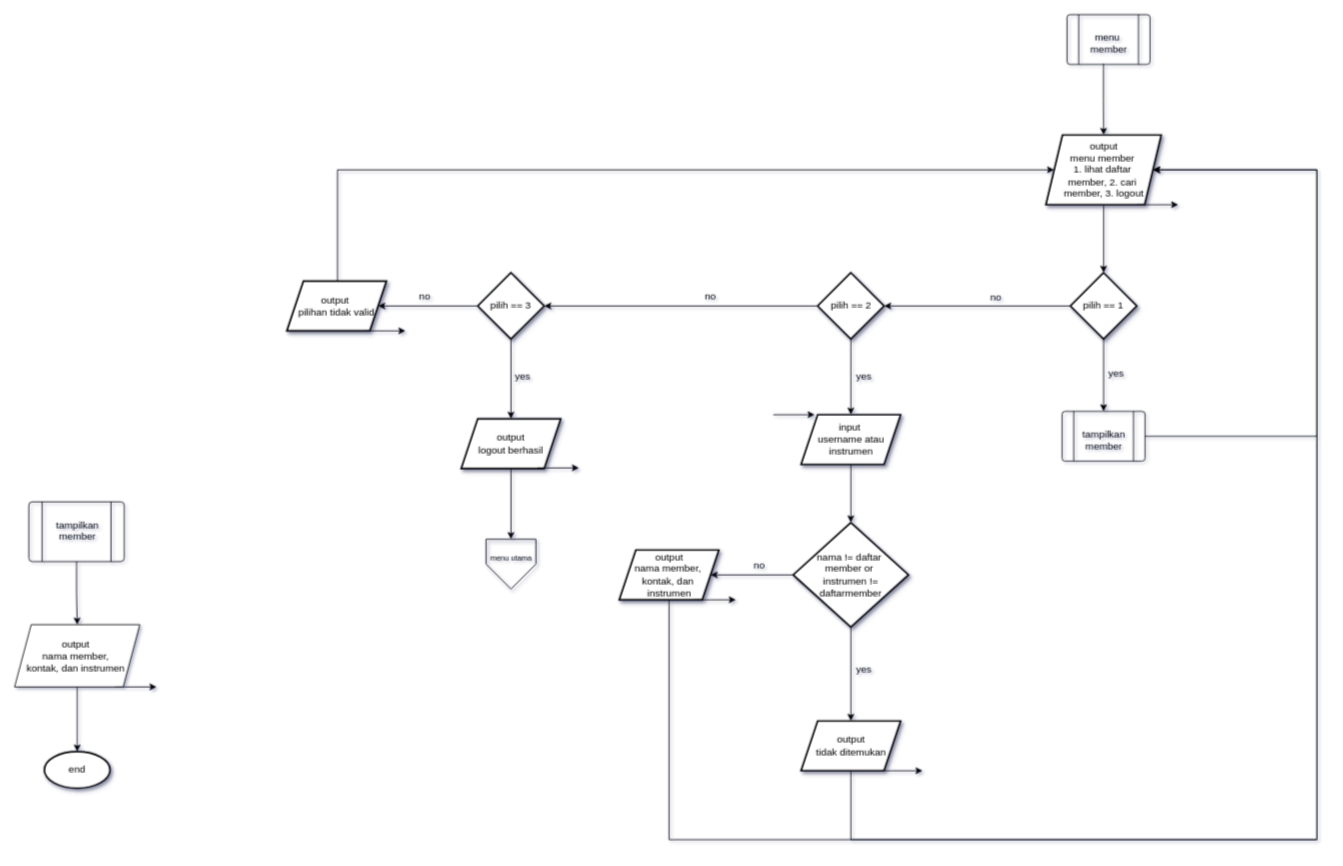
Earlier version of the draw.io diagram page "member" (5 of 5) of Post-test/Post-test-apd-8/2509106078-Annisa-Nur-Raidah-PT-8.drawio (AnnisaNurRaidah/praktikum-apd). Source tidied: cells renumbered, new cells numbered last; positions are measured from the earlier drawing's top-left corner, leaving out a move shared by most shapes. Both pictures are drawn from the tidied source at 83%, with x=0, y=0 at pixel (14, 14).
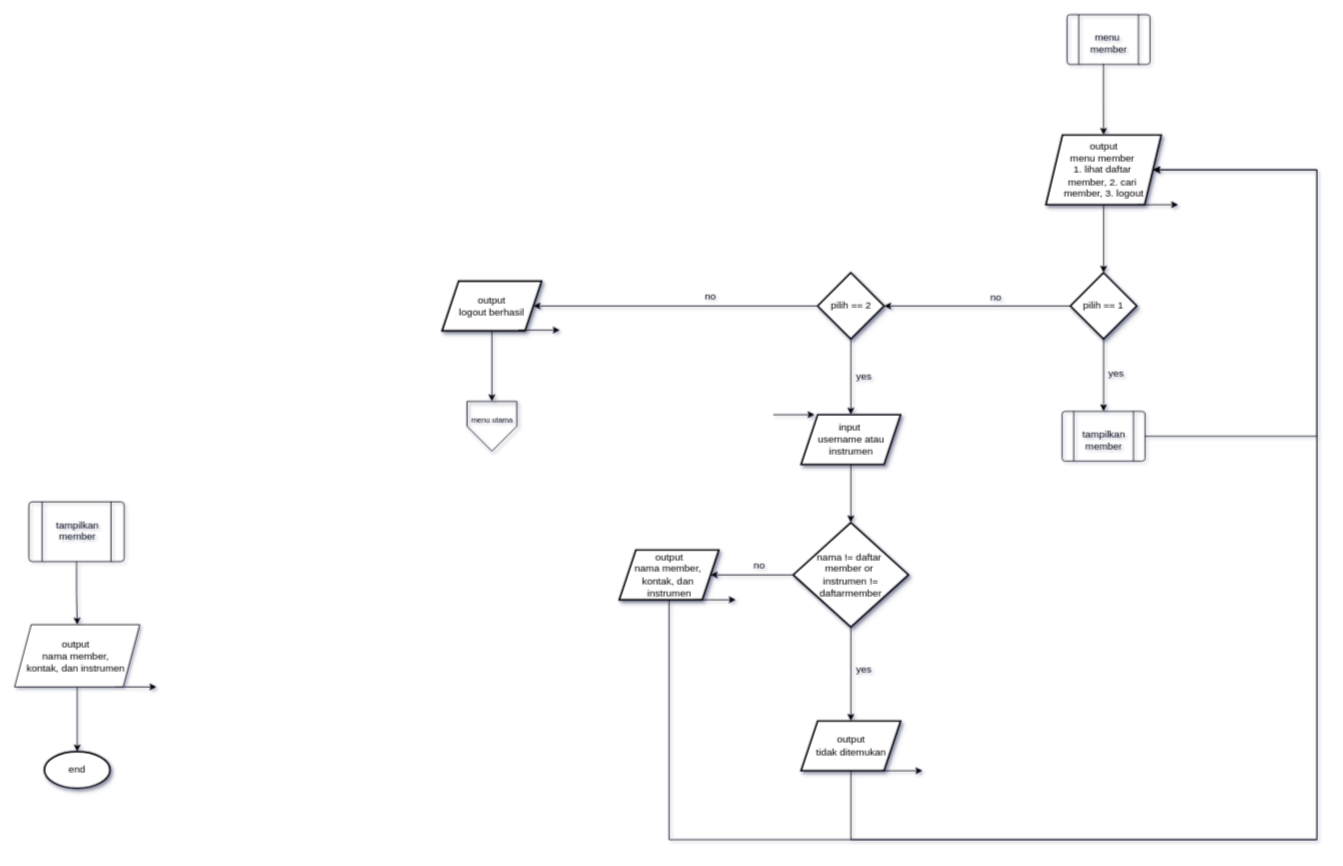
After the change.

Unchanged cells that the change refers to:
```xml
<mxCell id="4" value="output&lt;div&gt;menu member&amp;nbsp;&lt;/div&gt;&lt;div&gt;1. lihat daftar&amp;nbsp;&lt;/div&gt;&lt;div&gt;member, 2. cari&amp;nbsp;&lt;/div&gt;&lt;div&gt;member,&amp;nbsp;&lt;span style=&quot;background-color: transparent;&quot;&gt;3. logout&lt;/span&gt;&lt;/div&gt;" style="shape=parallelogram;perimeter=parallelogramPerimeter;whiteSpace=wrap;html=1;fixedSize=1;fillColor=light-dark(#FFFFFF,#FFFFFF);strokeColor=light-dark(#000000,#000000);fontColor=light-dark(#000000,#000000);strokeWidth=2;shadow=1;" parent="1" vertex="1">
  <mxGeometry x="1242.5" y="145" width="139" height="84" as="geometry" />
</mxCell>
<mxCell id="10" value="pilih == 2" style="rhombus;whiteSpace=wrap;html=1;fillColor=light-dark(#FFFFFF,#FFFFFF);strokeColor=light-dark(#000000,#000000);fontColor=light-dark(#000000,#000000);strokeWidth=2;shadow=1;" parent="1" vertex="1">
  <mxGeometry x="967.5" y="311" width="80" height="80" as="geometry" />
</mxCell>
```

The edit, as a diff of the source:
```diff
@@
-    <mxCell id="9" style="edgeStyle=orthogonalEdgeStyle;shape=connector;rounded=0;jettySize=auto;html=1;exitX=0;exitY=0.5;exitDx=0;exitDy=0;strokeColor=light-dark(#000000,#000000);align=center;verticalAlign=middle;fontFamily=Helvetica;fontSize=11;fontColor=default;labelBackgroundColor=default;endArrow=classic;" parent="1" edge="1" source="10" target="15">
+    <mxCell id="9" style="edgeStyle=orthogonalEdgeStyle;shape=connector;rounded=0;jettySize=auto;html=1;exitX=0;exitY=0.5;exitDx=0;exitDy=0;strokeColor=light-dark(#000000,#000000);align=center;verticalAlign=middle;fontFamily=Helvetica;fontSize=11;fontColor=default;labelBackgroundColor=default;endArrow=classic;" parent="1" edge="1" source="10" target="17">
       <mxGeometry relative="1" as="geometry" />
     </mxCell>
@@
-    <mxCell id="13" style="edgeStyle=orthogonalEdgeStyle;shape=connector;rounded=0;jettySize=auto;html=1;strokeColor=light-dark(#000000,#000000);align=center;verticalAlign=middle;fontFamily=Helvetica;fontSize=11;fontColor=default;labelBackgroundColor=default;endArrow=classic;" parent="1" edge="1" source="15" target="17">
-      <mxGeometry relative="1" as="geometry" />
-    </mxCell>
-    <mxCell id="14" style="edgeStyle=orthogonalEdgeStyle;shape=connector;rounded=0;jettySize=auto;html=1;strokeColor=light-dark(#000000,#000000);align=center;verticalAlign=middle;fontFamily=Helvetica;fontSize=11;fontColor=default;labelBackgroundColor=default;endArrow=classic;" parent="1" edge="1" source="15" target="19">
-      <mxGeometry relative="1" as="geometry" />
-    </mxCell>
-    <mxCell id="15" value="pilih == 3" style="rhombus;whiteSpace=wrap;html=1;fillColor=light-dark(#FFFFFF,#FFFFFF);strokeColor=light-dark(#000000,#000000);fontColor=light-dark(#000000,#000000);strokeWidth=2;shadow=1;" parent="1" vertex="1">
-      <mxGeometry x="558" y="311" width="80" height="80" as="geometry" />
-    </mxCell>
@@
     <mxCell id="17" value="output&lt;div&gt;logout berhasil&lt;/div&gt;" style="shape=parallelogram;perimeter=parallelogramPerimeter;whiteSpace=wrap;html=1;fixedSize=1;fillColor=light-dark(#FFFFFF,#FFFFFF);strokeColor=light-dark(#000000,#000000);fontColor=light-dark(#000000,#000000);strokeWidth=2;shadow=1;" parent="1" vertex="1">
-      <mxGeometry x="538" y="487" width="120" height="60" as="geometry" />
+      <mxGeometry x="515" y="321" width="120" height="60" as="geometry" />
     </mxCell>
-    <mxCell id="18" style="edgeStyle=orthogonalEdgeStyle;shape=connector;rounded=0;jettySize=auto;html=1;exitX=0.5;exitY=0;exitDx=0;exitDy=0;strokeColor=light-dark(#000000,#000000);align=center;verticalAlign=middle;fontFamily=Helvetica;fontSize=11;fontColor=default;labelBackgroundColor=default;endArrow=classic;" parent="1" edge="1" source="19" target="4">
-      <mxGeometry relative="1" as="geometry">
-        <Array as="points">
-          <mxPoint x="389" y="187" />
-        </Array>
-      </mxGeometry>
-    </mxCell>
-    <mxCell id="19" value="output&amp;nbsp;&lt;div&gt;pilihan tidak valid&lt;/div&gt;" style="shape=parallelogram;perimeter=parallelogramPerimeter;whiteSpace=wrap;html=1;fixedSize=1;fillColor=light-dark(#FFFFFF,#FFFFFF);strokeColor=light-dark(#000000,#000000);fontColor=light-dark(#000000,#000000);strokeWidth=2;shadow=1;" parent="1" vertex="1">
-      <mxGeometry x="328" y="321" width="120" height="60" as="geometry" />
-    </mxCell>
@@
-    <mxCell id="29" value="no" style="edgeLabel;align=center;verticalAlign=middle;strokeColor=light-dark(#000000,#000000);strokeWidth=2;fontFamily=Helvetica;fontSize=12;fontColor=light-dark(#000000,#000000);fillColor=light-dark(#FFFFFF,#FFFFFF);labelBackgroundColor=none;textShadow=0;" parent="1" vertex="1">
-      <mxGeometry x="494" y="338" as="geometry" />
-    </mxCell>
@@
-    <mxCell id="31" value="yes" style="edgeLabel;align=center;verticalAlign=middle;strokeColor=light-dark(#000000,#000000);strokeWidth=2;fontFamily=Helvetica;fontSize=12;fontColor=light-dark(#000000,#000000);fillColor=light-dark(#FFFFFF,#FFFFFF);labelBackgroundColor=none;textShadow=0;" parent="1" vertex="1">
-      <mxGeometry x="611" y="435" as="geometry">
-        <mxPoint x="1" y="-1" as="offset" />
-      </mxGeometry>
-    </mxCell>
@@
-    <mxCell id="36" style="edgeStyle=orthogonalEdgeStyle;rounded=0;orthogonalLoop=1;jettySize=auto;html=1;fontFamily=Helvetica;fontSize=12;fontColor=default;strokeColor=light-dark(#000000,#000000);" parent="1" edge="1">
-      <mxGeometry relative="1" as="geometry">
-        <mxPoint x="421" y="381" as="sourcePoint" />
-        <mxPoint x="471" y="381" as="targetPoint" />
-        <Array as="points">
-          <mxPoint x="471" y="380.7" />
-        </Array>
-      </mxGeometry>
-    </mxCell>
     <mxCell id="37" style="edgeStyle=orthogonalEdgeStyle;rounded=0;orthogonalLoop=1;jettySize=auto;html=1;fontFamily=Helvetica;fontSize=12;fontColor=default;strokeColor=light-dark(#000000,#000000);" parent="1" edge="1">
       <mxGeometry relative="1" as="geometry">
-        <mxPoint x="630" y="546.1" as="sourcePoint" />
-        <mxPoint x="680" y="546.1" as="targetPoint" />
+        <mxPoint x="607" y="380.1" as="sourcePoint" />
+        <mxPoint x="657" y="380.1" as="targetPoint" />
         <Array as="points">
-          <mxPoint x="680" y="545.8" />
+          <mxPoint x="657" y="379.8" />
         </Array>
       </mxGeometry>
     </mxCell>
@@
     <mxCell id="41" style="verticalLabelPosition=bottom;verticalAlign=top;html=1;shape=offPageConnector;rounded=0;size=0.5;fillColor=none;strokeColor=light-dark(#000000,#000000);fontColor=light-dark(#000000,#000000);textShadow=0;shadow=1;" parent="1" vertex="1">
-      <mxGeometry x="568" y="632" width="60" height="60" as="geometry" />
+      <mxGeometry x="545" y="466" width="60" height="60" as="geometry" />
     </mxCell>
     <mxCell id="42" value="menu utama" style="text;fontFamily=Helvetica;fontSize=9;fontColor=light-dark(#000000,#000000);whiteSpace=wrap;align=center;" parent="1" vertex="1">
-      <mxGeometry x="560.5" y="643" width="75" height="21" as="geometry" />
+      <mxGeometry x="537.5" y="477" width="75" height="21" as="geometry" />
     </mxCell>
```
